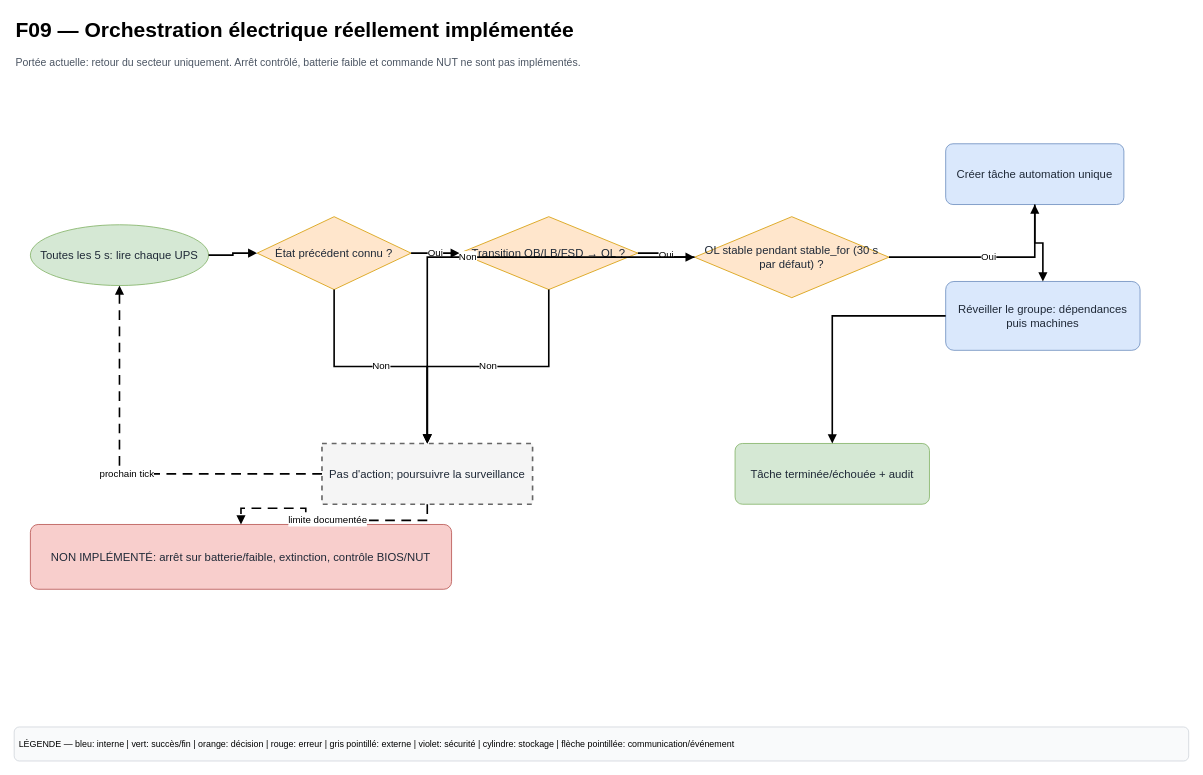
The draw.io diagram page "F09 — Orchestration électrique" (9 of 13) of docs/diagrams/WoL-Manager-Fonctionnel.drawio in HaasGa-Factory/WOL-Manager, before the edit. Source tidied: cells renumbered, new cells numbered last; positions are measured from the earlier drawing's top-left corner, leaving out a move shared by most shapes. Both pictures are drawn from the tidied source at 81%, with x=0, y=0 at pixel (14, 14).
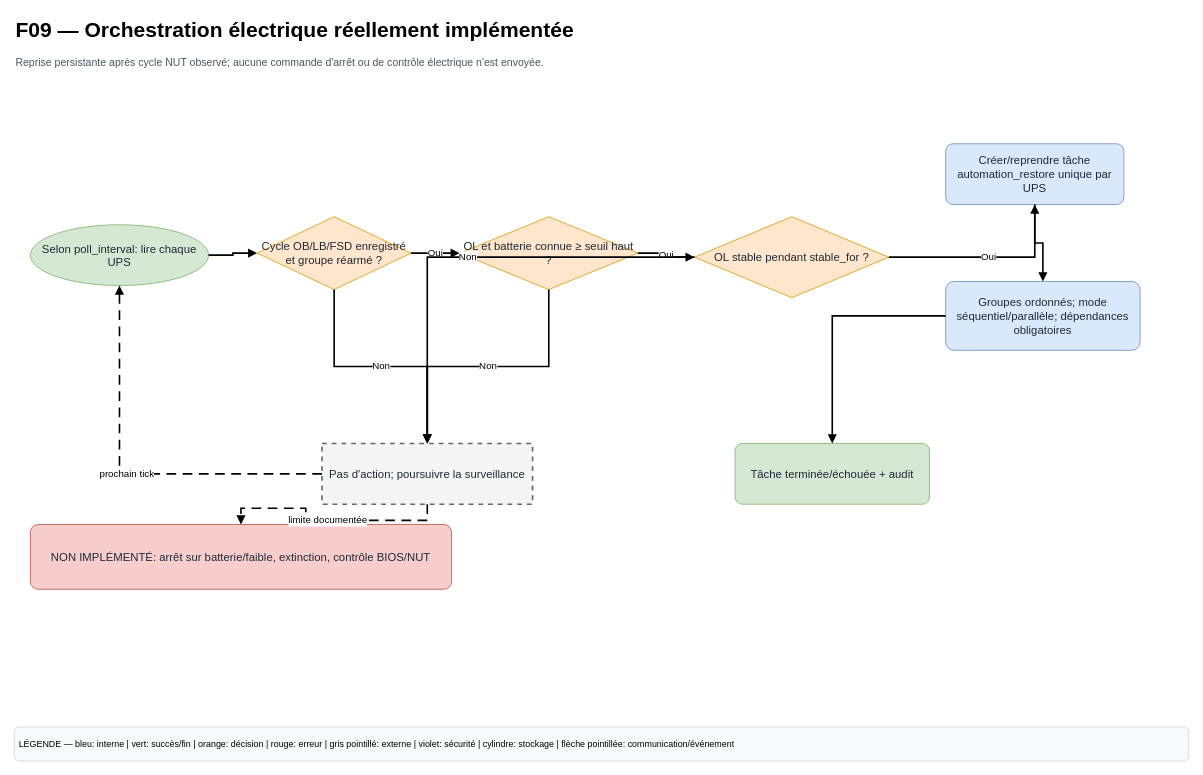
The same page after the edit.

Change to the diagram source:
```diff
@@
-    <mxCell id="3" value="Portée actuelle: retour du secteur uniquement. Arrêt contrôlé, batterie faible et commande NUT ne sont pas implémentés." style="text;html=1;strokeColor=none;fillColor=none;fontSize=13;fontColor=#4b5563;align=left;verticalAlign=top;whiteSpace=wrap;" parent="1" vertex="1">
+    <mxCell id="3" value="Reprise persistante après cycle NUT observé; aucune commande d&amp;#x27;arrêt ou de contrôle électrique n&amp;#x27;est envoyée." style="text;html=1;strokeColor=none;fillColor=none;fontSize=13;fontColor=#4b5563;align=left;verticalAlign=top;whiteSpace=wrap;" parent="1" vertex="1">
       <mxGeometry y="45" width="1450" height="55" as="geometry" />
     </mxCell>
@@
-    <mxCell id="5" value="Toutes les 5 s: lire chaque UPS" style="whiteSpace=wrap;html=1;fillColor=#d5e8d4;strokeColor=#82b366;fontSize=14;fontColor=#1f2937;align=center;verticalAlign=middle;spacing=6;shadow=0;ellipse;" parent="1" vertex="1">
+    <mxCell id="5" value="Selon poll_interval: lire chaque UPS" style="whiteSpace=wrap;html=1;fillColor=#d5e8d4;strokeColor=#82b366;fontSize=14;fontColor=#1f2937;align=center;verticalAlign=middle;spacing=6;shadow=0;ellipse;" parent="1" vertex="1">
       <mxGeometry x="20" y="260" width="220" height="75" as="geometry" />
     </mxCell>
-    <mxCell id="6" value="État précédent connu ?" style="whiteSpace=wrap;html=1;fillColor=#ffe6cc;strokeColor=#d79b00;fontSize=14;fontColor=#1f2937;align=center;verticalAlign=middle;spacing=6;shadow=0;rhombus;perimeter=rhombusPerimeter;" parent="1" vertex="1">
+    <mxCell id="6" value="Cycle OB/LB/FSD enregistré et groupe réarmé ?" style="whiteSpace=wrap;html=1;fillColor=#ffe6cc;strokeColor=#d79b00;fontSize=14;fontColor=#1f2937;align=center;verticalAlign=middle;spacing=6;shadow=0;rhombus;perimeter=rhombusPerimeter;" parent="1" vertex="1">
       <mxGeometry x="300" y="250" width="190" height="90" as="geometry" />
     </mxCell>
-    <mxCell id="7" value="Transition OB/LB/FSD → OL ?" style="whiteSpace=wrap;html=1;fillColor=#ffe6cc;strokeColor=#d79b00;fontSize=14;fontColor=#1f2937;align=center;verticalAlign=middle;spacing=6;shadow=0;rhombus;perimeter=rhombusPerimeter;" parent="1" vertex="1">
+    <mxCell id="7" value="OL et batterie connue ≥ seuil haut ?" style="whiteSpace=wrap;html=1;fillColor=#ffe6cc;strokeColor=#d79b00;fontSize=14;fontColor=#1f2937;align=center;verticalAlign=middle;spacing=6;shadow=0;rhombus;perimeter=rhombusPerimeter;" parent="1" vertex="1">
       <mxGeometry x="550" y="250" width="220" height="90" as="geometry" />
     </mxCell>
-    <mxCell id="8" value="OL stable pendant stable_for (30 s par défaut) ?" style="whiteSpace=wrap;html=1;fillColor=#ffe6cc;strokeColor=#d79b00;fontSize=14;fontColor=#1f2937;align=center;verticalAlign=middle;spacing=6;shadow=0;rhombus;perimeter=rhombusPerimeter;" parent="1" vertex="1">
+    <mxCell id="8" value="OL stable pendant stable_for ?" style="whiteSpace=wrap;html=1;fillColor=#ffe6cc;strokeColor=#d79b00;fontSize=14;fontColor=#1f2937;align=center;verticalAlign=middle;spacing=6;shadow=0;rhombus;perimeter=rhombusPerimeter;" parent="1" vertex="1">
       <mxGeometry x="840" y="250" width="240" height="100" as="geometry" />
     </mxCell>
-    <mxCell id="9" value="Créer tâche automation unique" style="whiteSpace=wrap;html=1;fillColor=#dae8fc;strokeColor=#6c8ebf;fontSize=14;fontColor=#1f2937;align=center;verticalAlign=middle;spacing=6;shadow=0;rounded=1;arcSize=12;" parent="1" vertex="1">
+    <mxCell id="9" value="Créer/reprendre tâche automation_restore unique par UPS" style="whiteSpace=wrap;html=1;fillColor=#dae8fc;strokeColor=#6c8ebf;fontSize=14;fontColor=#1f2937;align=center;verticalAlign=middle;spacing=6;shadow=0;rounded=1;arcSize=12;" parent="1" vertex="1">
       <mxGeometry x="1150" y="160" width="220" height="75" as="geometry" />
     </mxCell>
-    <mxCell id="10" value="Réveiller le groupe: dépendances puis machines" style="whiteSpace=wrap;html=1;fillColor=#dae8fc;strokeColor=#6c8ebf;fontSize=14;fontColor=#1f2937;align=center;verticalAlign=middle;spacing=6;shadow=0;rounded=1;arcSize=12;" parent="1" vertex="1">
+    <mxCell id="10" value="Groupes ordonnés; mode séquentiel/parallèle; dépendances obligatoires" style="whiteSpace=wrap;html=1;fillColor=#dae8fc;strokeColor=#6c8ebf;fontSize=14;fontColor=#1f2937;align=center;verticalAlign=middle;spacing=6;shadow=0;rounded=1;arcSize=12;" parent="1" vertex="1">
       <mxGeometry x="1150" y="330" width="240" height="85" as="geometry" />
     </mxCell>
```
